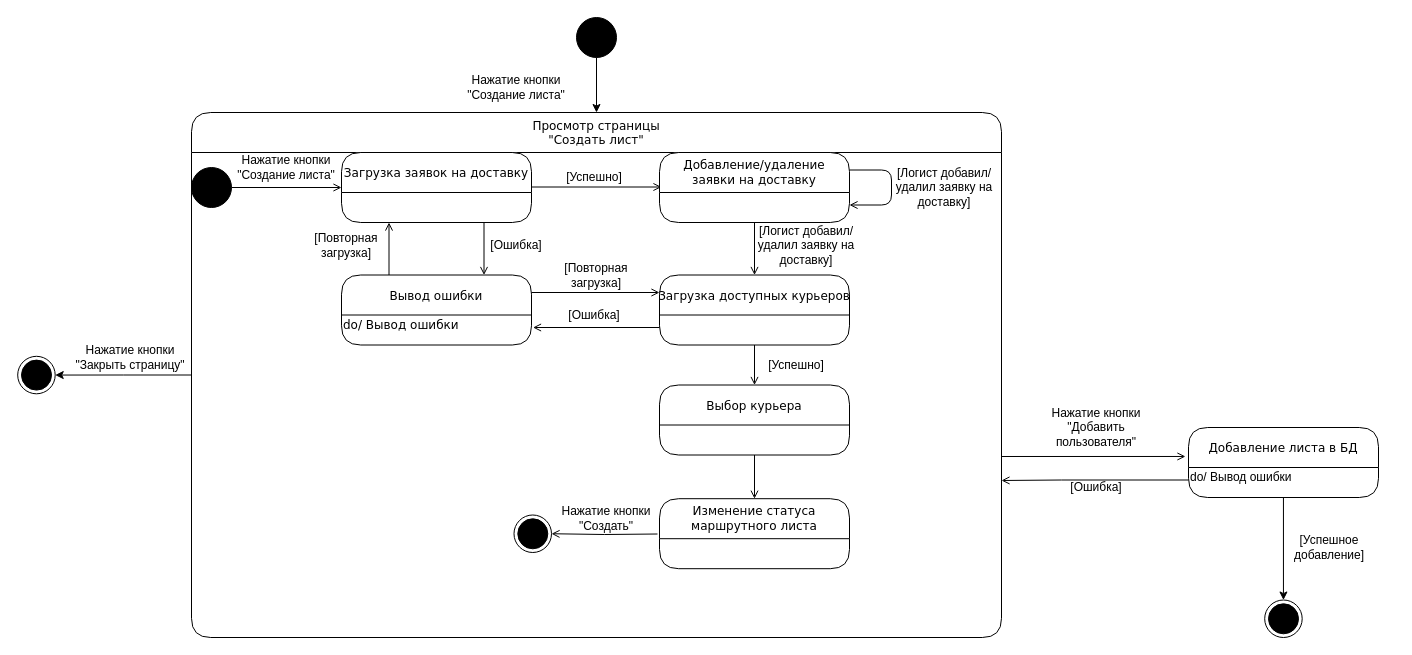
JolyBin/-Study keeps this draw.io diagram as Курсач/Draw io/Диаграмма автоматов «Создание маршрутного листа».drawio. Above is the earlier version. Source tidied: cells renumbered, new cells numbered last; positions are measured from the earlier drawing's top-left corner, leaving out a move shared by most shapes. Both pictures are drawn from the tidied source at 100%, with x=0, y=0 at pixel (17, 17).
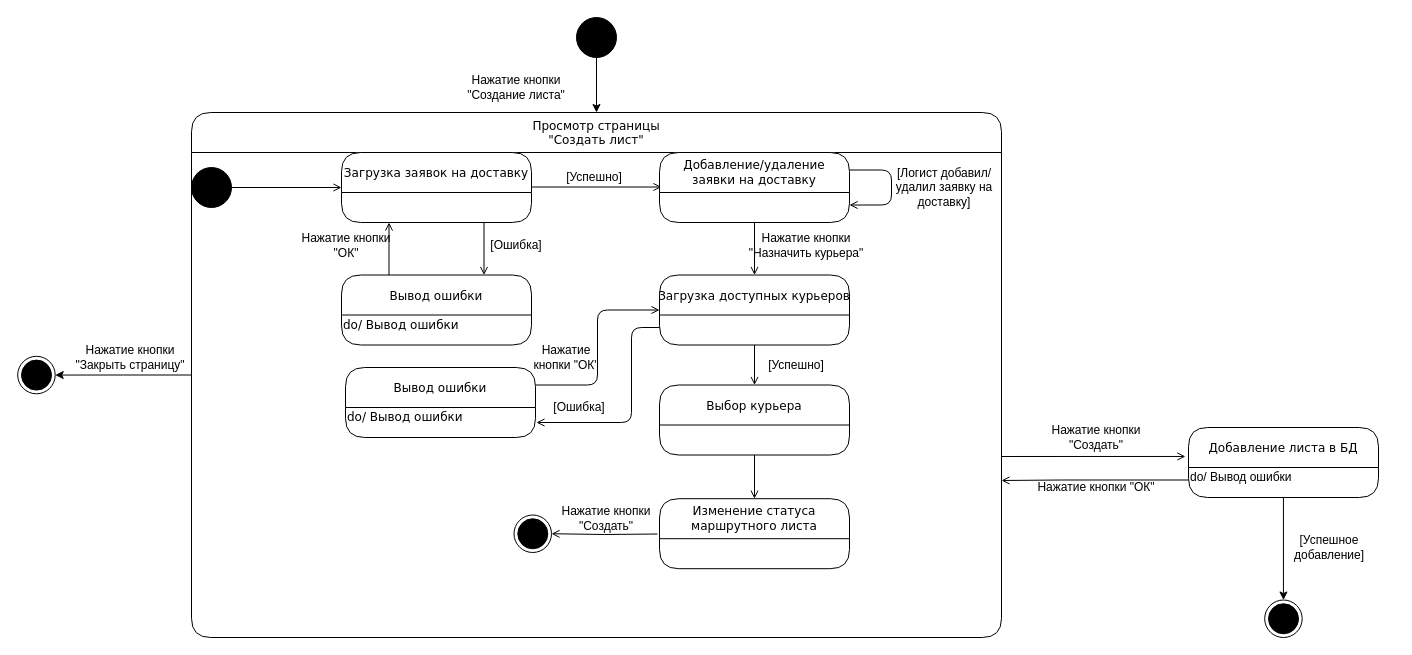
The same diagram, later.

Commit message (it also covers changes not shown here):
Добавил физическую и логическую диаграммы

The change refers to these unchanged cells:
```xml
<mxCell id="4" style="group;" parent="3" vertex="1">
  <mxGeometry y="40" width="810" height="416.2" as="geometry" />
</mxCell>
<mxCell id="7" value="Вывод ошибки" style="swimlane;fontStyle=0;horizontal=1;startSize=40;swimlaneFillColor=none;align=center;rounded=1;shadow=0;comic=0;labelBackgroundColor=none;strokeWidth=1;fontFamily=Verdana;fontSize=12;swimlaneLine=1;arcSize=16;" parent="4" vertex="1">
  <mxGeometry x="150" y="122.5" width="190" height="70" as="geometry" />
</mxCell>
<mxCell id="8" value="do/ Вывод ошибки" style="text;html=1;align=left;verticalAlign=middle;points=[];fontFamily=Verdana;" parent="7" vertex="1">
  <mxGeometry y="40" width="190" height="20" as="geometry" />
</mxCell>
<mxCell id="25" value="Загрузка доступных курьеров" style="swimlane;fontStyle=0;horizontal=1;startSize=40;swimlaneFillColor=none;align=center;rounded=1;shadow=0;comic=0;labelBackgroundColor=none;strokeWidth=1;fontFamily=Verdana;fontSize=12;swimlaneLine=1;arcSize=16;" parent="4" vertex="1">
  <mxGeometry x="468" y="122.5" width="190" height="70" as="geometry" />
</mxCell>
```

Diff of the diagram source:
```diff
@@
+    <mxCell id="58" value="Нажатие кнопки &quot;ОК&quot;" style="text;html=1;strokeColor=none;fillColor=none;align=center;verticalAlign=middle;whiteSpace=wrap;rounded=0;" parent="4" vertex="1">
+      <mxGeometry x="330" y="195" width="90" height="20" as="geometry" />
+    </mxCell>
+    <mxCell id="28" value="[Ошибка]" style="text;html=1;strokeColor=none;fillColor=none;align=center;verticalAlign=middle;whiteSpace=wrap;rounded=0;" parent="4" vertex="1">
+      <mxGeometry x="322.5" y="245" width="130" height="20" as="geometry" />
+    </mxCell>
+    <mxCell id="59" style="edgeStyle=orthogonalEdgeStyle;rounded=1;jettySize=auto;html=1;exitX=1;exitY=0.25;exitDx=0;exitDy=0;entryX=0;entryY=0.5;entryDx=0;entryDy=0;endArrow=open;endFill=0;" parent="4" edge="1" source="60" target="25">
+      <mxGeometry relative="1" as="geometry" />
+    </mxCell>
+    <mxCell id="60" value="Вывод ошибки" style="swimlane;fontStyle=0;horizontal=1;startSize=40;swimlaneFillColor=none;align=center;rounded=1;shadow=0;comic=0;labelBackgroundColor=none;strokeWidth=1;fontFamily=Verdana;fontSize=12;swimlaneLine=1;arcSize=16;" parent="4" vertex="1">
+      <mxGeometry x="154" y="215" width="190" height="70" as="geometry" />
+    </mxCell>
+    <mxCell id="61" value="do/ Вывод ошибки" style="text;html=1;align=left;verticalAlign=middle;points=[];fontFamily=Verdana;" parent="60" vertex="1">
+      <mxGeometry y="40" width="190" height="20" as="geometry" />
+    </mxCell>
@@
-    <mxCell id="20" value="[Повторная загрузка]" style="text;html=1;strokeColor=none;fillColor=none;align=center;verticalAlign=middle;whiteSpace=wrap;rounded=0;" parent="4" vertex="1">
+    <mxCell id="20" value="Нажатие кнопки &quot;ОК&quot;" style="text;html=1;strokeColor=none;fillColor=none;align=center;verticalAlign=middle;whiteSpace=wrap;rounded=0;" parent="4" vertex="1">
       <mxGeometry x="100" y="82.5" width="110" height="20" as="geometry" />
     </mxCell>
@@
-    <mxCell id="24" style="edgeStyle=orthogonalEdgeStyle;rounded=1;jettySize=auto;html=1;exitX=0;exitY=0.75;exitDx=0;exitDy=0;entryX=1.008;entryY=0.625;entryDx=0;entryDy=0;entryPerimeter=0;endArrow=open;endFill=0;fontFamily=Verdana;" parent="4" edge="1" source="25" target="8">
-      <mxGeometry relative="1" as="geometry" />
+    <mxCell id="24" style="edgeStyle=orthogonalEdgeStyle;rounded=1;jettySize=auto;html=1;exitX=0;exitY=0.75;exitDx=0;exitDy=0;entryX=1.005;entryY=0.75;entryDx=0;entryDy=0;endArrow=open;endFill=0;fontFamily=Verdana;entryPerimeter=0;" parent="4" edge="1" source="25" target="61">
+      <mxGeometry relative="1" as="geometry">
+        <Array as="points">
+          <mxPoint x="440" y="175" />
+          <mxPoint x="440" y="270" />
+        </Array>
+      </mxGeometry>
     </mxCell>
@@
-    <mxCell id="27" style="edgeStyle=orthogonalEdgeStyle;rounded=1;jettySize=auto;html=1;exitX=1;exitY=0.25;exitDx=0;exitDy=0;entryX=0;entryY=0.25;entryDx=0;entryDy=0;endArrow=open;endFill=0;fontFamily=Verdana;" parent="4" edge="1" source="7" target="25">
-      <mxGeometry relative="1" as="geometry" />
-    </mxCell>
-    <mxCell id="28" value="[Ошибка]" style="text;html=1;strokeColor=none;fillColor=none;align=center;verticalAlign=middle;whiteSpace=wrap;rounded=0;" parent="4" vertex="1">
-      <mxGeometry x="338" y="152.5" width="130" height="20" as="geometry" />
-    </mxCell>
-    <mxCell id="29" value="[Повторная загрузка]" style="text;html=1;strokeColor=none;fillColor=none;align=center;verticalAlign=middle;whiteSpace=wrap;rounded=0;" parent="4" vertex="1">
-      <mxGeometry x="350" y="112.5" width="110" height="20" as="geometry" />
-    </mxCell>
-    <mxCell id="30" value="[Логист добавил/удалил заявку на доставку]" style="text;html=1;strokeColor=none;fillColor=none;align=center;verticalAlign=middle;whiteSpace=wrap;rounded=0;" parent="4" vertex="1">
+    <mxCell id="30" value="Нажатие кнопки &quot;Назначить курьера&quot;" style="text;html=1;strokeColor=none;fillColor=none;align=center;verticalAlign=middle;whiteSpace=wrap;rounded=0;" parent="4" vertex="1">
       <mxGeometry x="550" y="82.5" width="130" height="20" as="geometry" />
     </mxCell>
@@
-    <mxCell id="35" value="Нажатие кнопки &quot;Создание листа&quot;" style="text;html=1;strokeColor=none;fillColor=none;align=center;verticalAlign=middle;whiteSpace=wrap;rounded=0;" parent="4" vertex="1">
-      <mxGeometry x="30" y="5" width="130" height="20" as="geometry" />
-    </mxCell>
@@
-    <mxCell id="48" value="Нажатие кнопки &quot;Добавить пользователя&quot;" style="text;html=1;strokeColor=none;fillColor=none;align=center;verticalAlign=middle;whiteSpace=wrap;rounded=0;" parent="1" vertex="1">
-      <mxGeometry x="1014" y="400" width="130" height="20" as="geometry" />
+    <mxCell id="48" value="Нажатие кнопки &quot;Создать&quot;" style="text;html=1;strokeColor=none;fillColor=none;align=center;verticalAlign=middle;whiteSpace=wrap;rounded=0;" parent="1" vertex="1">
+      <mxGeometry x="1014" y="410" width="130" height="20" as="geometry" />
     </mxCell>
@@
-    <mxCell id="54" value="[Ошибка]" style="text;html=1;strokeColor=none;fillColor=none;align=center;verticalAlign=middle;whiteSpace=wrap;rounded=0;" parent="1" vertex="1">
+    <mxCell id="54" value="Нажатие кнопки &quot;ОК&quot;" style="text;html=1;strokeColor=none;fillColor=none;align=center;verticalAlign=middle;whiteSpace=wrap;rounded=0;" parent="1" vertex="1">
       <mxGeometry x="1014" y="460" width="130" height="20" as="geometry" />
     </mxCell>
```
